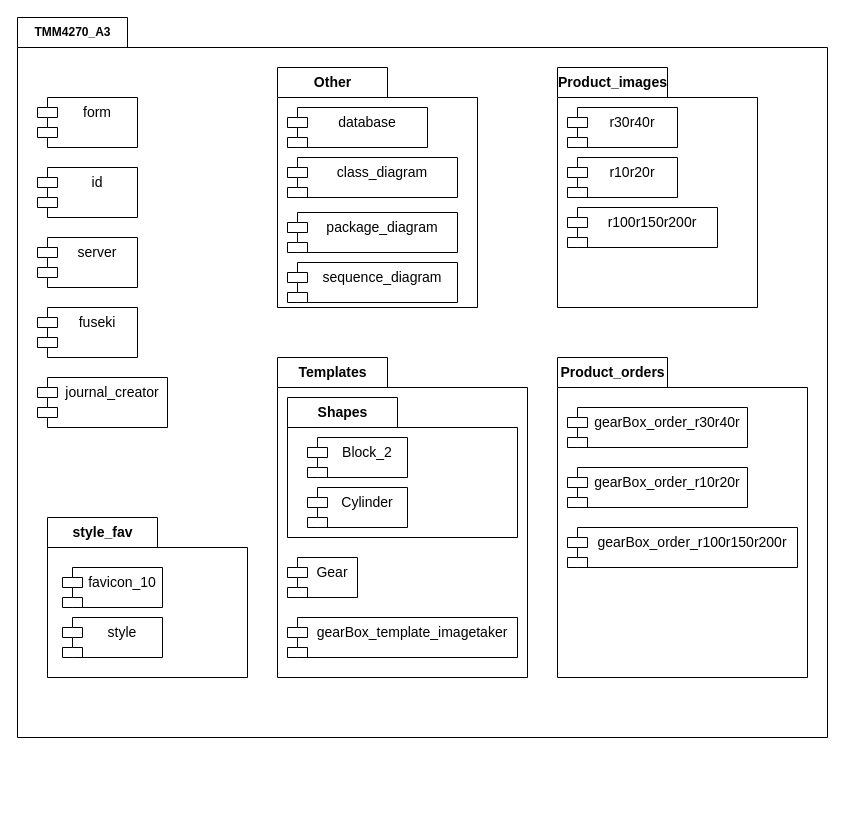
Hallvaeb/automation-introductory-3D-gears keeps this draw.io diagram as Other/package_diagram.drawio. Above is the earlier version. Source tidied: cells renumbered, new cells numbered last; positions are measured from the earlier drawing's top-left corner, leaving out a move shared by most shapes. Both pictures are drawn from the tidied source at 100%, with x=0, y=0 at pixel (17, 17).
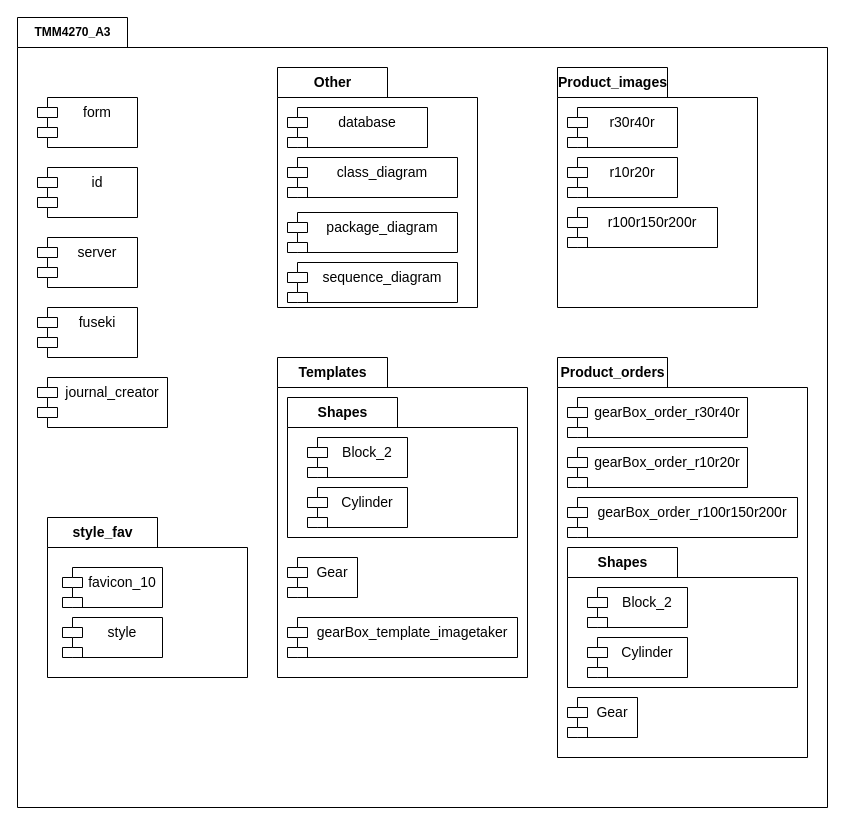
The same page after the edit.

Commit message:
oppdaterer package_diagram

What changed in the source:
```diff
@@
     <mxCell id="2" value="TMM4270_A3" style="shape=folder;fontStyle=1;tabWidth=110;tabHeight=30;tabPosition=left;html=1;boundedLbl=1;labelInHeader=1;" parent="1" vertex="1">
-      <mxGeometry width="810" height="720" as="geometry" />
+      <mxGeometry width="810" height="790" as="geometry" />
     </mxCell>
@@
     <mxCell id="26" value="Product_orders" style="shape=folder;fontStyle=1;tabWidth=110;tabHeight=30;tabPosition=left;html=1;boundedLbl=1;labelInHeader=1;fontSize=14;" parent="2" vertex="1">
-      <mxGeometry x="540" y="340" width="250" height="320" as="geometry" />
+      <mxGeometry x="540" y="340" width="250" height="400" as="geometry" />
     </mxCell>
     <mxCell id="27" value="gearBox_order_r30r40r" style="shape=module;align=left;spacingLeft=20;align=center;verticalAlign=top;fontSize=14;" parent="26" vertex="1">
-      <mxGeometry x="10" y="50" width="180" height="40" as="geometry" />
+      <mxGeometry x="10" y="40" width="180" height="40" as="geometry" />
     </mxCell>
     <mxCell id="28" value="gearBox_order_r10r20r" style="shape=module;align=left;spacingLeft=20;align=center;verticalAlign=top;fontSize=14;" parent="26" vertex="1">
-      <mxGeometry x="10" y="110" width="180" height="40" as="geometry" />
+      <mxGeometry x="10" y="90" width="180" height="40" as="geometry" />
     </mxCell>
     <mxCell id="29" value="gearBox_order_r100r150r200r" style="shape=module;align=left;spacingLeft=20;align=center;verticalAlign=top;fontSize=14;" parent="26" vertex="1">
-      <mxGeometry x="10" y="170" width="230" height="40" as="geometry" />
+      <mxGeometry x="10" y="140" width="230" height="40" as="geometry" />
     </mxCell>
+    <mxCell id="30" value="Shapes" style="shape=folder;fontStyle=1;tabWidth=110;tabHeight=30;tabPosition=left;html=1;boundedLbl=1;labelInHeader=1;fontSize=14;" parent="26" vertex="1">
+      <mxGeometry x="10" y="190" width="230" height="140" as="geometry" />
+    </mxCell>
+    <mxCell id="31" value="Cylinder" style="shape=module;align=left;spacingLeft=20;align=center;verticalAlign=top;fontSize=14;" parent="30" vertex="1">
+      <mxGeometry x="20" y="90" width="100" height="40" as="geometry" />
+    </mxCell>
+    <mxCell id="32" value="Block_2" style="shape=module;align=left;spacingLeft=20;align=center;verticalAlign=top;fontSize=14;" parent="30" vertex="1">
+      <mxGeometry x="20" y="40" width="100" height="40" as="geometry" />
+    </mxCell>
+    <mxCell id="33" value="Gear" style="shape=module;align=left;spacingLeft=20;align=center;verticalAlign=top;fontSize=14;" parent="26" vertex="1">
+      <mxGeometry x="10" y="340" width="70" height="40" as="geometry" />
+    </mxCell>
```
